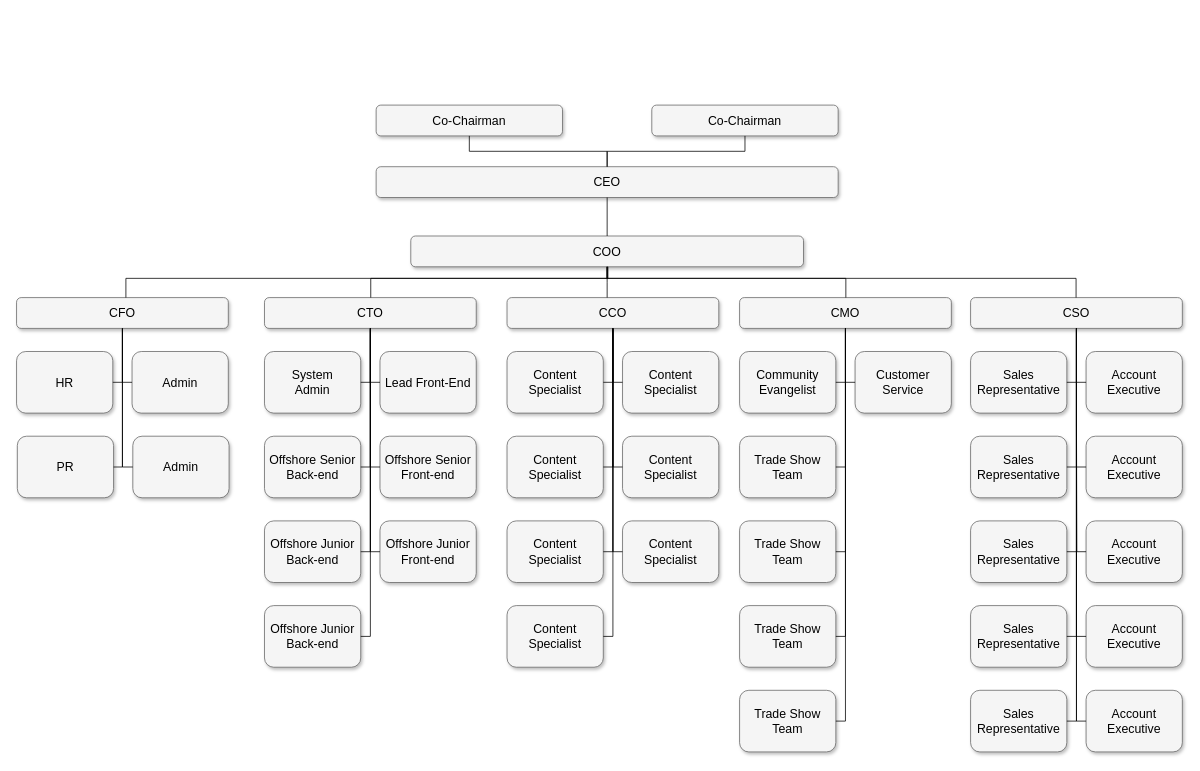
Earlier version of the draw.io diagram Diagrama sin título.drawio (Brayan-Juma/Explorer). Source tidied: cells renumbered, new cells numbered last; positions are measured from the earlier drawing's top-left corner, leaving out a move shared by most shapes. Both pictures are drawn from the tidied source at 77%, with x=0, y=0 at pixel (16, 105).
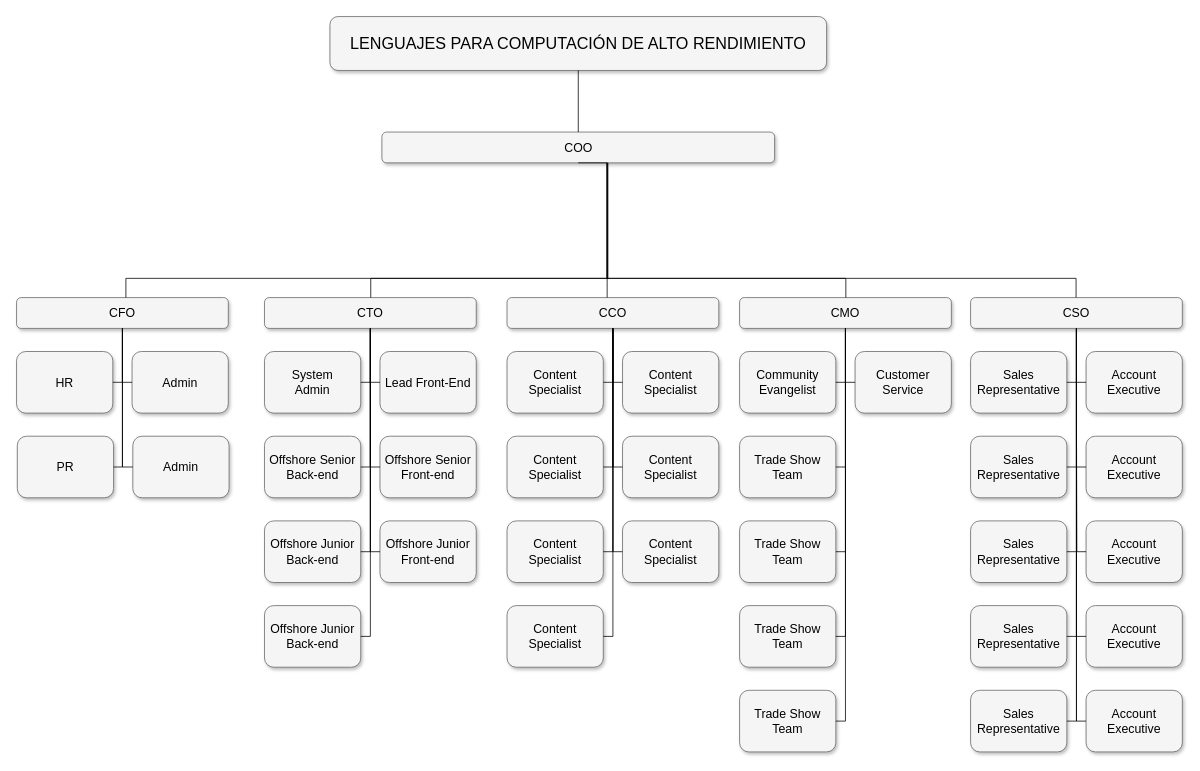
The same page after the edit.

Diff of the diagram source:
```diff
@@
-    <mxCell id="2" value="Co-Chairman" style="whiteSpace=wrap;html=1;rounded=1;shadow=1;strokeWidth=1;fontSize=16;align=center;fillColor=#f5f5f5;strokeColor=#666666;" parent="1" vertex="1">
-      <mxGeometry x="825" width="242" height="40" as="geometry" />
-    </mxCell>
-    <mxCell id="3" value="CEO" style="whiteSpace=wrap;html=1;rounded=1;shadow=1;strokeWidth=1;fontSize=16;align=center;fillColor=#f5f5f5;strokeColor=#666666;" parent="1" vertex="1">
-      <mxGeometry x="467" y="80" width="600" height="40" as="geometry" />
+    <mxCell id="3" value="&lt;font style=&quot;font-size: 21px;&quot;&gt;LENGUAJES PARA COMPUTACIÓN DE ALTO RENDIMIENTO&lt;/font&gt;" style="whiteSpace=wrap;html=1;rounded=1;shadow=1;strokeWidth=1;fontSize=16;align=center;fillColor=#f5f5f5;strokeColor=#666666;" parent="1" vertex="1">
+      <mxGeometry x="407" y="-115" width="645" height="70" as="geometry" />
     </mxCell>
     <mxCell id="4" value="COO" style="whiteSpace=wrap;html=1;rounded=1;shadow=1;strokeWidth=1;fontSize=16;align=center;fillColor=#f5f5f5;strokeColor=#666666;" parent="1" vertex="1">
-      <mxGeometry x="512" y="170" width="510" height="40" as="geometry" />
+      <mxGeometry x="474.5" y="35" width="510" height="40" as="geometry" />
     </mxCell>
@@
-    <mxCell id="40" value="Co-Chairman" style="whiteSpace=wrap;html=1;rounded=1;shadow=1;strokeWidth=1;fontSize=16;align=center;fillColor=#f5f5f5;strokeColor=#666666;" parent="1" vertex="1">
-      <mxGeometry x="467" width="242" height="40" as="geometry" />
-    </mxCell>
@@
-    <mxCell id="45" style="edgeStyle=orthogonalEdgeStyle;html=1;startSize=6;endFill=0;endSize=6;strokeWidth=1;fontSize=16;rounded=0;endArrow=none;" parent="1" edge="1" source="40" target="3">
-      <mxGeometry relative="1" as="geometry" />
-    </mxCell>
-    <mxCell id="46" style="edgeStyle=orthogonalEdgeStyle;html=1;startSize=6;endFill=0;endSize=6;strokeWidth=1;fontSize=16;rounded=0;endArrow=none;" parent="1" edge="1" source="2" target="3">
-      <mxGeometry relative="1" as="geometry" />
-    </mxCell>
```
